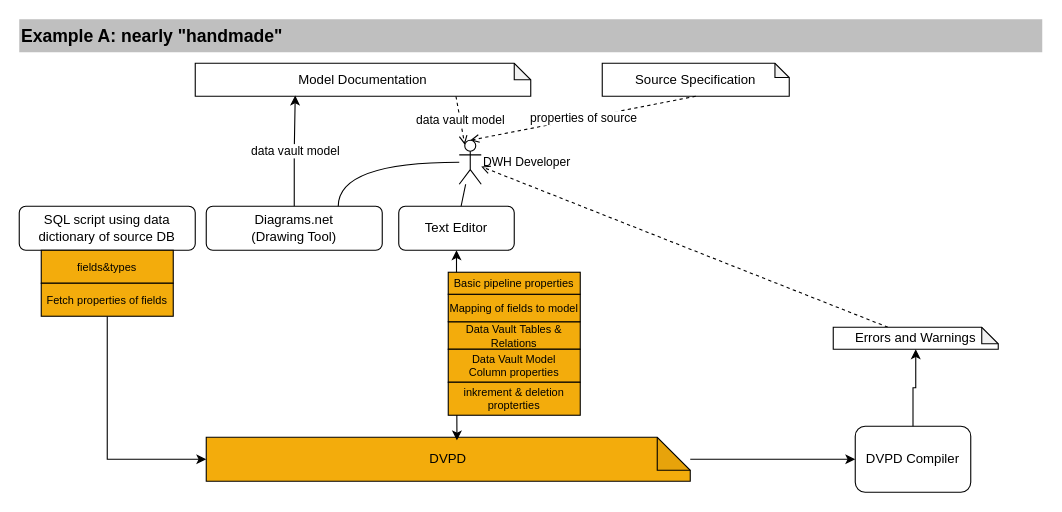
Before: documentation/images/dvdp_creation_workflow_example_a.drawio in cimt-ag/data_vault_pipelinedescription, a draw.io diagram. Source tidied: cells renumbered, new cells numbered last; positions are measured from the earlier drawing's top-left corner, leaving out a move shared by most shapes. Both pictures are drawn from the tidied source at 110%, with x=0, y=0 at pixel (19, 19).
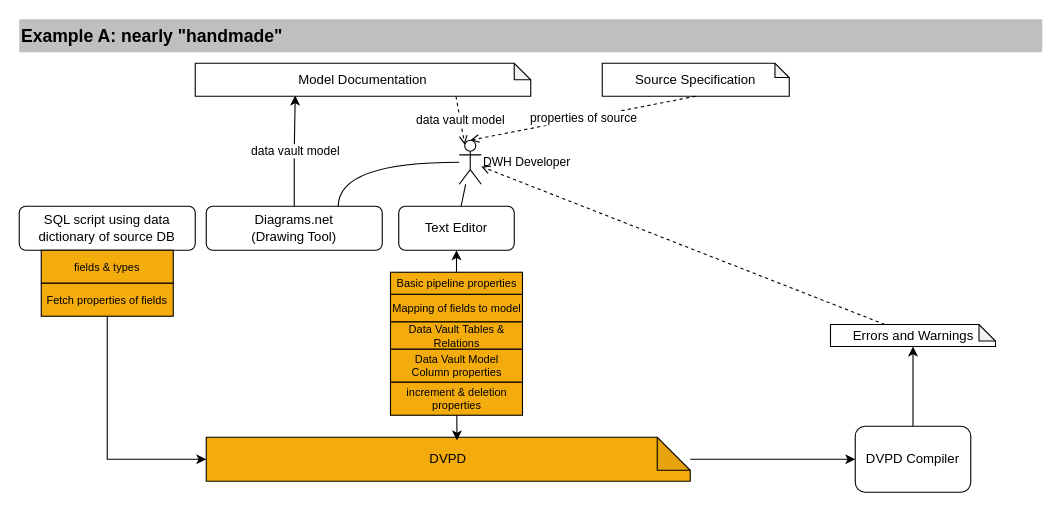
Above is the later version.

Commit message (it also covers changes not shown here):
development_workflow_scenarios - review complete

Change to the diagram source:
```diff
@@
     <mxCell id="14" value="Data Vault&amp;nbsp;Tables &amp;amp; Relations" style="rounded=0;whiteSpace=wrap;html=1;fillColor=#F3AC0C;gradientColor=none;fontSize=10;" parent="1" vertex="1">
-      <mxGeometry x="390" y="275" width="120" height="25" as="geometry" />
+      <mxGeometry x="337.5" y="275" width="120" height="25" as="geometry" />
     </mxCell>
     <mxCell id="15" value="Mapping of fields to model" style="rounded=0;whiteSpace=wrap;html=1;fillColor=#F3AC0C;gradientColor=none;fontSize=10;" parent="1" vertex="1">
-      <mxGeometry x="390" y="250" width="120" height="25" as="geometry" />
+      <mxGeometry x="337.5" y="250" width="120" height="25" as="geometry" />
     </mxCell>
     <mxCell id="16" value="Basic pipeline properties" style="rounded=0;whiteSpace=wrap;html=1;fillColor=#F3AC0C;gradientColor=none;fontSize=10;" parent="1" vertex="1">
-      <mxGeometry x="390" y="230" width="120" height="20" as="geometry" />
+      <mxGeometry x="337.5" y="230" width="120" height="20" as="geometry" />
     </mxCell>
-    <mxCell id="17" value="fields&amp;amp;types" style="rounded=0;whiteSpace=wrap;html=1;fillColor=#F3AC0C;gradientColor=none;fontSize=10;" parent="1" vertex="1">
+    <mxCell id="17" value="fields &amp;amp; types" style="rounded=0;whiteSpace=wrap;html=1;fillColor=#F3AC0C;gradientColor=none;fontSize=10;" parent="1" vertex="1">
       <mxGeometry x="20" y="210" width="120" height="30" as="geometry" />
     </mxCell>
     <mxCell id="18" value="Data Vault Model&lt;br style=&quot;font-size: 10px;&quot;&gt;Column properties" style="rounded=0;whiteSpace=wrap;html=1;fillColor=#F3AC0C;gradientColor=none;fontSize=10;" parent="1" vertex="1">
-      <mxGeometry x="390" y="300" width="120" height="30" as="geometry" />
+      <mxGeometry x="337.5" y="300" width="120" height="30" as="geometry" />
     </mxCell>
@@
-    <mxCell id="21" value="inkrement &amp;amp; deletion propterties" style="rounded=0;whiteSpace=wrap;html=1;fillColor=#F3AC0C;gradientColor=none;fontSize=10;" parent="1" vertex="1">
-      <mxGeometry x="390" y="330" width="120" height="30" as="geometry" />
+    <mxCell id="21" value="increment &amp;amp; deletion properties" style="rounded=0;whiteSpace=wrap;html=1;fillColor=#F3AC0C;gradientColor=none;fontSize=10;" parent="1" vertex="1">
+      <mxGeometry x="337.5" y="330" width="120" height="30" as="geometry" />
     </mxCell>
@@
     <mxCell id="27" value="Errors and Warnings" style="shape=note;whiteSpace=wrap;html=1;backgroundOutline=1;darkOpacity=0.05;size=15;" parent="1" vertex="1">
-      <mxGeometry x="740" y="280" width="150" height="20" as="geometry" />
+      <mxGeometry x="737.5" y="277.5" width="150" height="20" as="geometry" />
     </mxCell>
```
